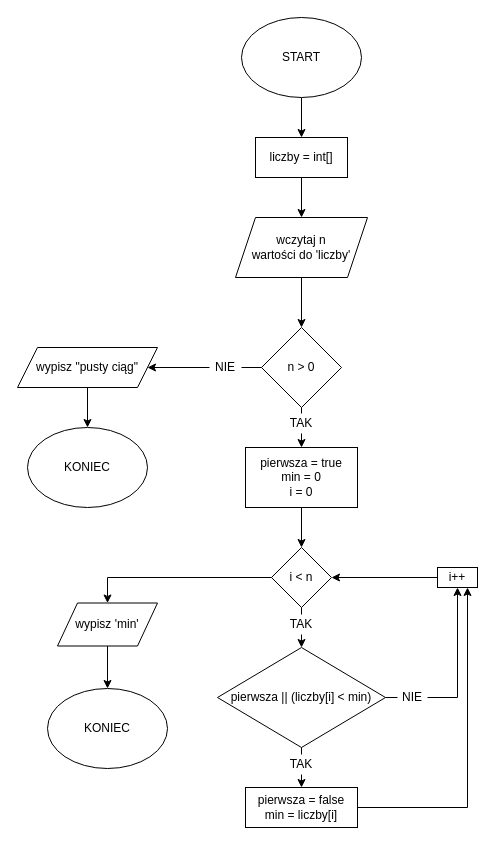
xparadoxical/wsiz keeps this draw.io diagram as page "4" (4 of 5) of aisd/lab1.drawio.xml. Above is the earlier version. Source tidied: cells renumbered, new cells numbered last; positions are measured from the earlier drawing's top-left corner, leaving out a move shared by most shapes. Both pictures are drawn from the tidied source at 100%, with x=0, y=0 at pixel (17, 17).
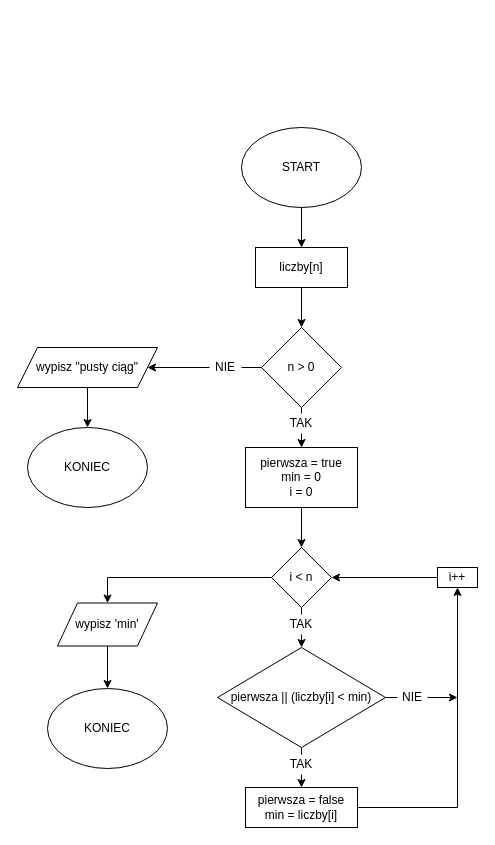
Above is the later version.

The change refers to these unchanged cells:
```xml
<mxCell id="19" value="pierwsza = false&lt;br&gt;min = liczby[i]" style="rounded=0;whiteSpace=wrap;html=1;" parent="1" vertex="1">
  <mxGeometry x="228" y="770" width="112" height="40" as="geometry" />
</mxCell>
<mxCell id="21" value="i++" style="rounded=0;whiteSpace=wrap;html=1;" parent="1" vertex="1">
  <mxGeometry x="420" y="550" width="40" height="20" as="geometry" />
</mxCell>
<mxCell id="23" value="NIE" style="text;html=1;strokeColor=none;fillColor=none;align=center;verticalAlign=middle;whiteSpace=wrap;rounded=0;" parent="1" vertex="1">
  <mxGeometry x="380" y="671" width="30" height="18" as="geometry" />
</mxCell>
<mxCell id="28" value="n &amp;gt; 0" style="rhombus;whiteSpace=wrap;html=1;" parent="1" vertex="1">
  <mxGeometry x="244" y="310" width="80" height="80" as="geometry" />
</mxCell>
```

What changed in the source:
```diff
@@
     <mxCell id="3" value="START" style="ellipse;whiteSpace=wrap;html=1;" parent="1" vertex="1">
-      <mxGeometry x="224" width="120" height="80" as="geometry" />
+      <mxGeometry x="224" y="110" width="120" height="80" as="geometry" />
     </mxCell>
-    <mxCell id="4" style="edgeStyle=orthogonalEdgeStyle;rounded=0;jettySize=auto;html=1;exitX=0.5;exitY=1;exitDx=0;exitDy=0;entryX=0.5;entryY=0;entryDx=0;entryDy=0;" parent="1" edge="1" source="5" target="28">
-      <mxGeometry relative="1" as="geometry" />
-    </mxCell>
-    <mxCell id="5" value="wczytaj n&lt;br&gt;wartości do 'liczby'" style="shape=parallelogram;perimeter=parallelogramPerimeter;whiteSpace=wrap;html=1;fixedSize=1;" parent="1" vertex="1">
-      <mxGeometry x="218" y="200" width="132" height="60" as="geometry" />
-    </mxCell>
-    <mxCell id="6" style="edgeStyle=orthogonalEdgeStyle;rounded=0;jettySize=auto;html=1;" parent="1" edge="1" source="7" target="5">
+    <mxCell id="6" style="edgeStyle=orthogonalEdgeStyle;rounded=0;jettySize=auto;html=1;entryX=0.5;entryY=0;entryDx=0;entryDy=0;" parent="1" edge="1" source="7" target="28">
       <mxGeometry relative="1" as="geometry" />
     </mxCell>
-    <mxCell id="7" value="liczby = int[]" style="rounded=0;whiteSpace=wrap;html=1;" parent="1" vertex="1">
-      <mxGeometry x="238" y="120" width="92" height="40" as="geometry" />
+    <mxCell id="7" value="liczby[n]" style="rounded=0;whiteSpace=wrap;html=1;" parent="1" vertex="1">
+      <mxGeometry x="238" y="230" width="92" height="40" as="geometry" />
     </mxCell>
@@
-    <mxCell id="14" style="edgeStyle=orthogonalEdgeStyle;rounded=0;jettySize=auto;html=1;exitX=1;exitY=0.5;exitDx=0;exitDy=0;entryX=0.5;entryY=1;entryDx=0;entryDy=0;startArrow=none;" parent="1" edge="1" source="23" target="21">
-      <mxGeometry relative="1" as="geometry" />
+    <mxCell id="14" style="edgeStyle=orthogonalEdgeStyle;rounded=0;jettySize=auto;html=1;exitX=1;exitY=0.5;exitDx=0;exitDy=0;startArrow=none;" parent="1" edge="1" source="23">
+      <mxGeometry relative="1" as="geometry">
+        <mxPoint x="440" y="680" as="targetPoint" />
+      </mxGeometry>
     </mxCell>
@@
-    <mxCell id="18" style="edgeStyle=orthogonalEdgeStyle;rounded=0;jettySize=auto;html=1;exitX=1;exitY=0.5;exitDx=0;exitDy=0;" parent="1" edge="1" source="19" target="21">
+    <mxCell id="18" style="edgeStyle=orthogonalEdgeStyle;rounded=0;jettySize=auto;html=1;exitX=1;exitY=0.5;exitDx=0;exitDy=0;entryX=0.5;entryY=1;entryDx=0;entryDy=0;" parent="1" edge="1" source="19" target="21">
       <mxGeometry relative="1" as="geometry">
         <Array as="points">
-          <mxPoint x="450" y="790" />
+          <mxPoint x="440" y="790" />
         </Array>
       </mxGeometry>
     </mxCell>
```
